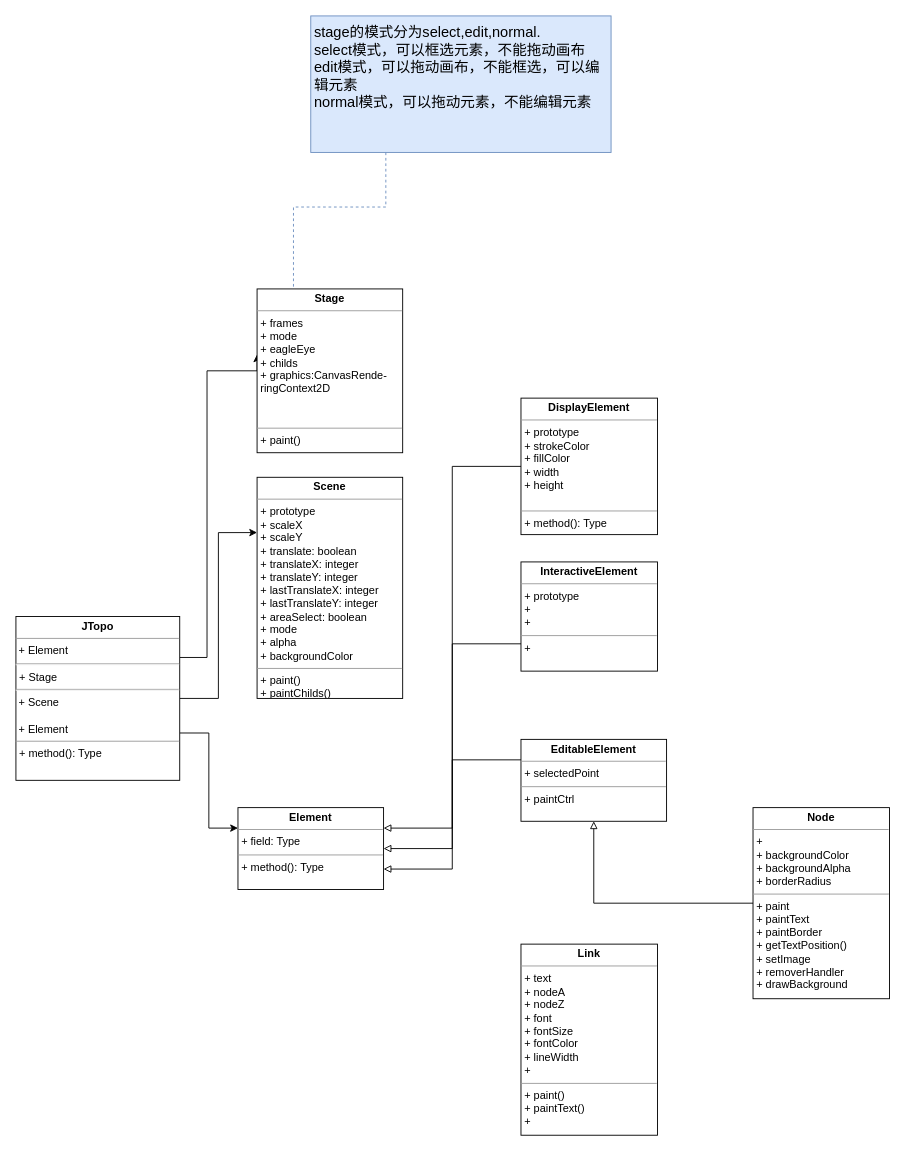
waterwatermelon/graph keeps this draw.io diagram as Jtopo.drawio. Above is the earlier version. Source tidied: cells renumbered, new cells numbered last; positions are measured from the earlier drawing's top-left corner, leaving out a move shared by most shapes. Both pictures are drawn from the tidied source at 91%, with x=0, y=0 at pixel (15, 15).
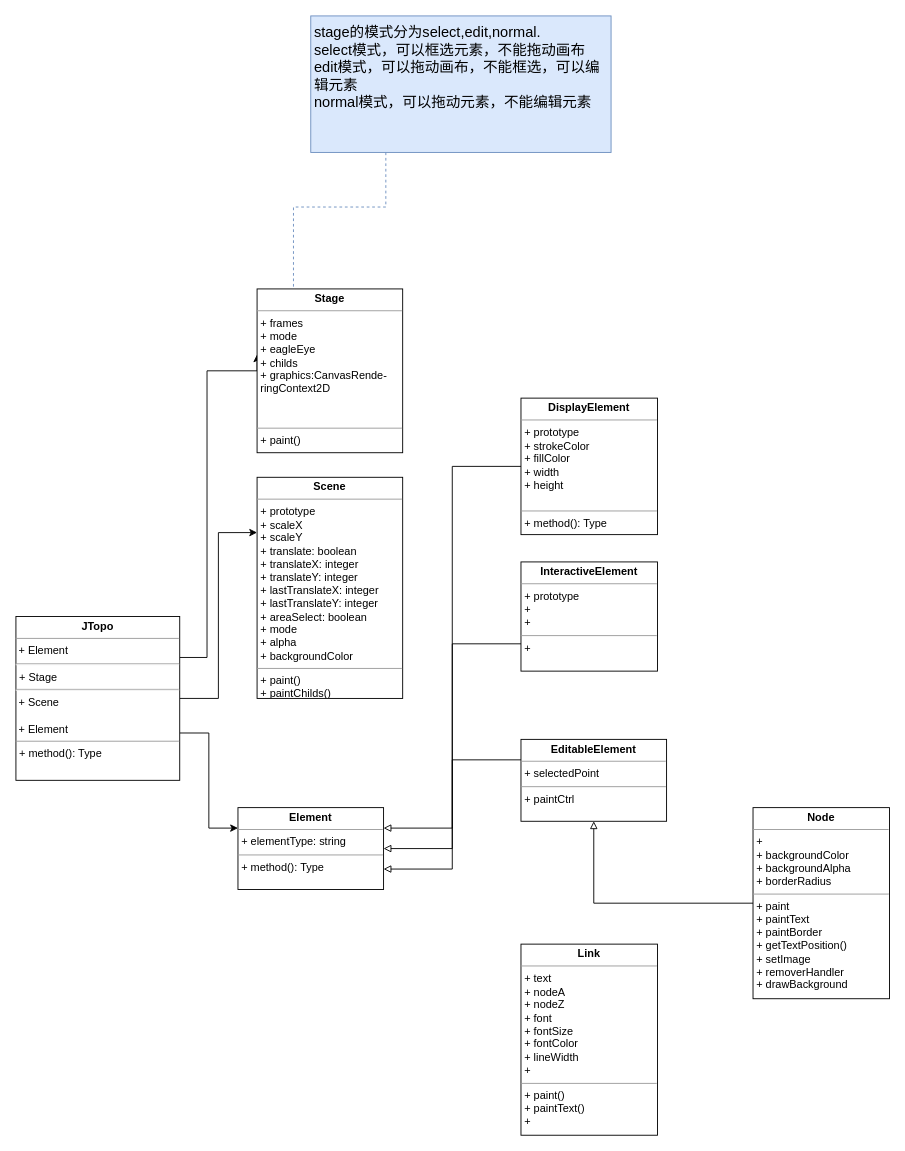
The same diagram, later.

The edit, as a diff of the source:
```diff
@@
-    <mxCell id="3" value="&lt;p style=&quot;margin: 0px ; margin-top: 4px ; text-align: center&quot;&gt;&lt;b&gt;Element&lt;/b&gt;&lt;/p&gt;&lt;hr size=&quot;1&quot;&gt;&lt;p style=&quot;margin: 0px ; margin-left: 4px&quot;&gt;+ field: Type&lt;/p&gt;&lt;hr size=&quot;1&quot;&gt;&lt;p style=&quot;margin: 0px ; margin-left: 4px&quot;&gt;+ method(): Type&lt;/p&gt;" style="verticalAlign=top;align=left;overflow=fill;fontSize=12;fontFamily=Helvetica;html=1;" parent="1" vertex="1">
+    <mxCell id="3" value="&lt;p style=&quot;margin: 0px ; margin-top: 4px ; text-align: center&quot;&gt;&lt;b&gt;Element&lt;/b&gt;&lt;/p&gt;&lt;hr size=&quot;1&quot;&gt;&lt;p style=&quot;margin: 0px ; margin-left: 4px&quot;&gt;+ elementType: string&lt;/p&gt;&lt;hr size=&quot;1&quot;&gt;&lt;p style=&quot;margin: 0px ; margin-left: 4px&quot;&gt;+ method(): Type&lt;/p&gt;" style="verticalAlign=top;align=left;overflow=fill;fontSize=12;fontFamily=Helvetica;html=1;" parent="1" vertex="1">
       <mxGeometry x="244" y="870" width="160" height="90" as="geometry" />
     </mxCell>
```
